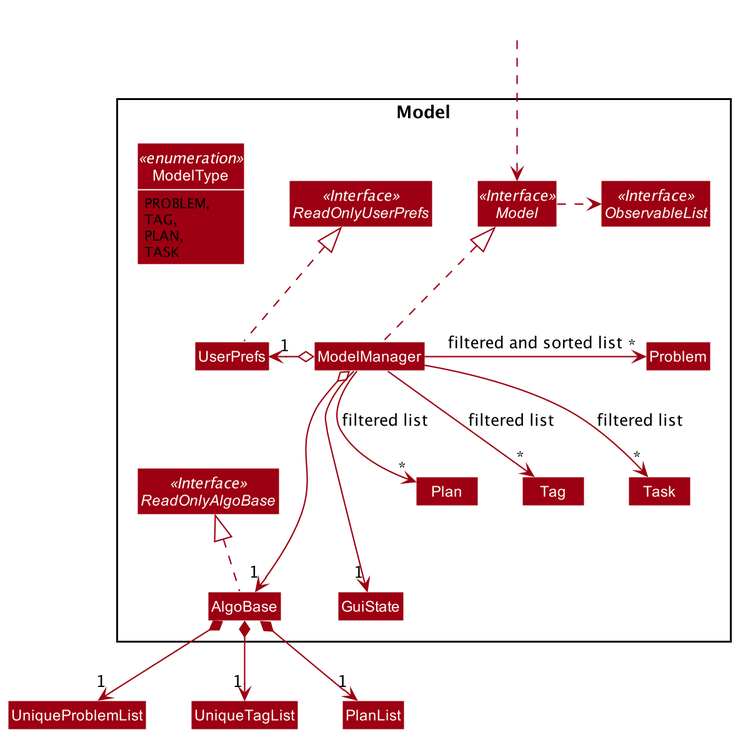
This is docs/images/design/model/ModelClassDiagram.png from nus-cs2103-AY1920S1/addressbook-level3, a PlantUML export, as it was before one commit. The source it was exported from:
```plantuml
@startuml








skinparam BackgroundColor #FFFFFFF

skinparam Shadowing false

skinparam Class {
    FontColor #FFFFFF
    BorderThickness 1
    BorderColor #FFFFFF
    StereotypeFontColor #FFFFFF
    FontName Arial
}

skinparam Actor {
    BorderColor #000000
    Color #000000
    FontName Arial
}

skinparam Sequence {
    MessageAlign center
    BoxFontSize 15
    BoxPadding 0
    BoxFontColor #FFFFFF
    FontName Arial
}

skinparam Participant {
    FontColor #FFFFFFF
    Padding 20
}

skinparam MinClassWidth 50
skinparam ParticipantPadding 10
skinparam Shadowing false
skinparam DefaultTextAlignment center
skinparam packageStyle Rectangle

hide footbox
hide members
hide circle
skinparam arrowThickness 1.1
skinparam arrowColor #9D0012
skinparam classBackgroundColor #9D0012

show <<enumeration>> fields

Package Model <<Rectangle>> {

    Interface ReadOnlyAlgoBase <<Interface>>
    Interface ReadOnlyUserPrefs <<Interface>>
    Interface Model <<Interface>>
    Interface ObservableList <<Interface>>
    Class AlgoBase
    Class ModelManager
    Class UserPrefs
    enum ModelType <<enumeration>> {
        PROBLEM,
        TAG,
        PLAN,
        TASK
    }

    Class GuiState
    Class Plan
    Class Problem
    Class Tag
    Class Task

}

Class HiddenOutside #FFFFFF
HiddenOutside ..> Model

AlgoBase .up.|> ReadOnlyAlgoBase

ModelManager .up.|> Model
Model .right.> ObservableList
ModelManager o---> "1" AlgoBase
ModelManager o-left-> "1" UserPrefs
ModelManager -right->"*" Problem : filtered and sorted list
ModelManager -->"*" Tag: filtered list
ModelManager -->"*" Plan: filtered list
ModelManager -->"*" Task: filtered list
ModelManager --->"1" GuiState
UserPrefs .up.|> ReadOnlyUserPrefs

AlgoBase *--> "1" UniqueProblemList
AlgoBase *--> "1" UniqueTagList
AlgoBase *--> "1" PlanList


@enduml
```
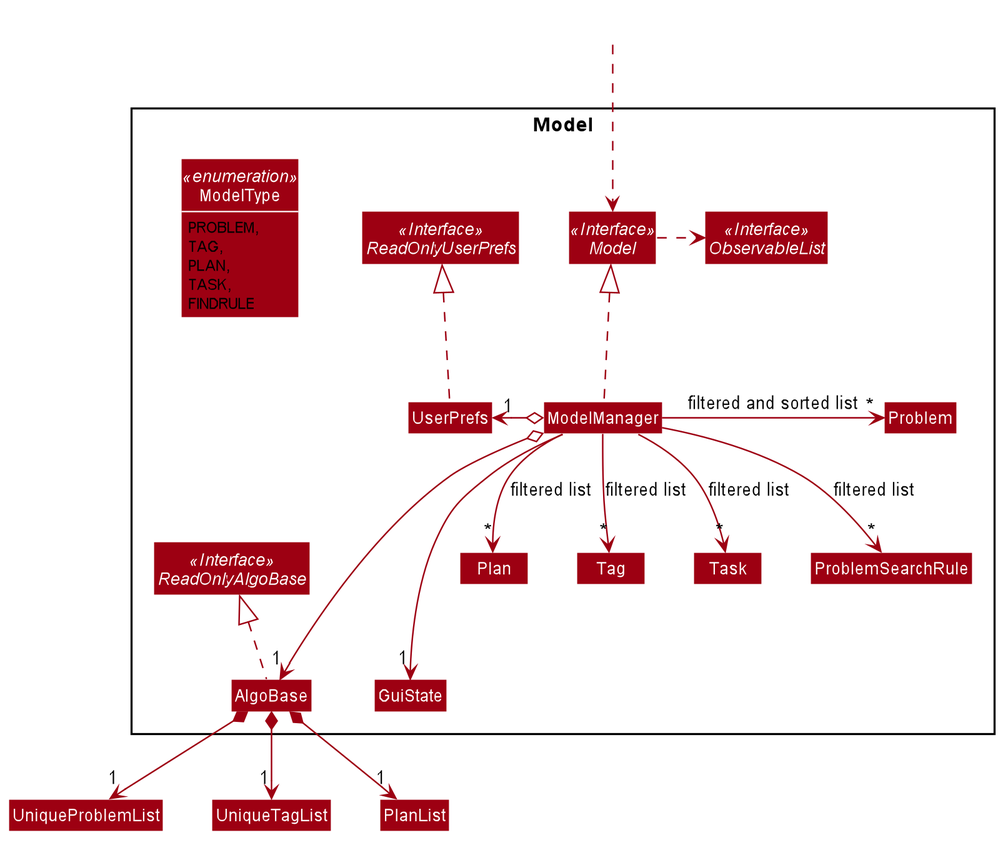
The same file after the commit.

Change to the diagram source:
```diff
@@ -66,7 +66,8 @@
         PROBLEM,
         TAG,
         PLAN,
-        TASK
+        TASK,
+        FINDRULE
     }
 
     Class GuiState
@@ -74,7 +75,7 @@
     Class Problem
     Class Tag
     Class Task
-
+    Class ProblemSearchRule
 }
 
 Class HiddenOutside #FFFFFF
@@ -90,6 +91,7 @@
 ModelManager -->"*" Tag: filtered list
 ModelManager -->"*" Plan: filtered list
 ModelManager -->"*" Task: filtered list
+ModelManager -->"*" ProblemSearchRule: filtered list
 ModelManager --->"1" GuiState
 UserPrefs .up.|> ReadOnlyUserPrefs
 
```
